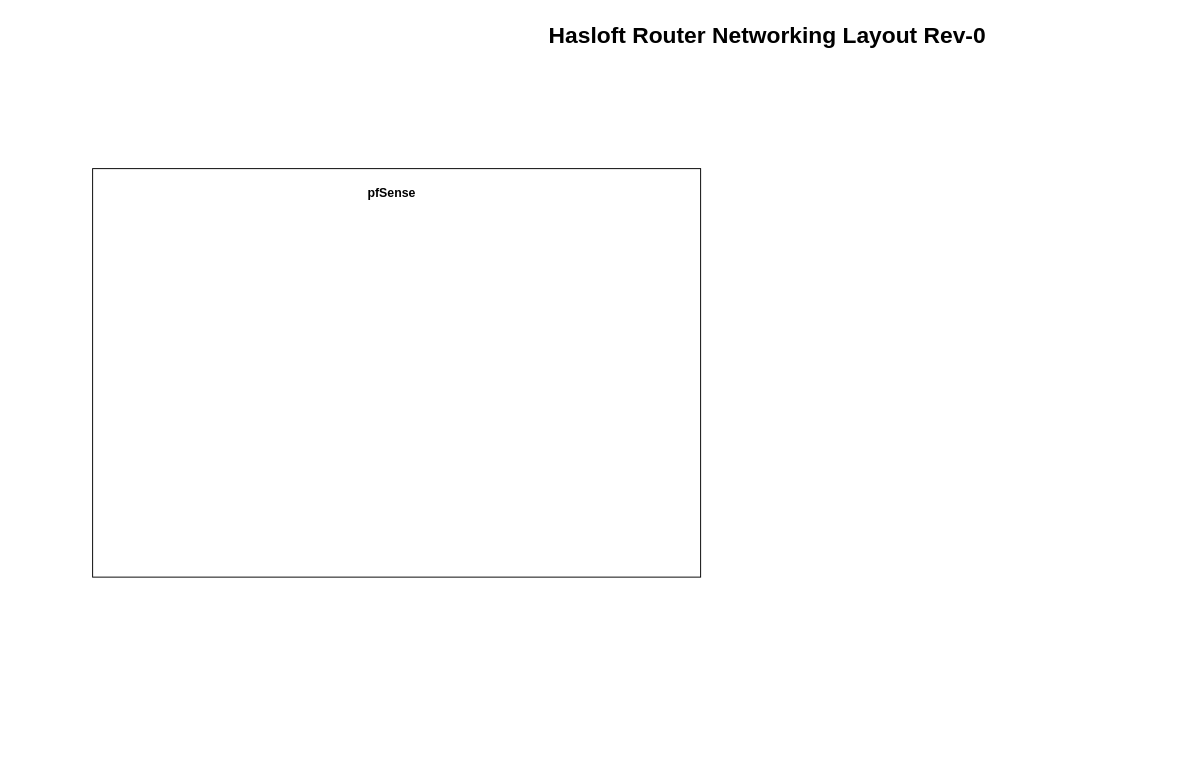
Above: Networking_Layout_Draft-1.drawio in TheKrynski/Hasloft (draw.io), before the change. Source tidied: cells renumbered, new cells numbered last; positions are measured from the earlier drawing's top-left corner, leaving out a move shared by most shapes. Both pictures are drawn from the tidied source at 95%, with x=0, y=0 at pixel (92, 16).
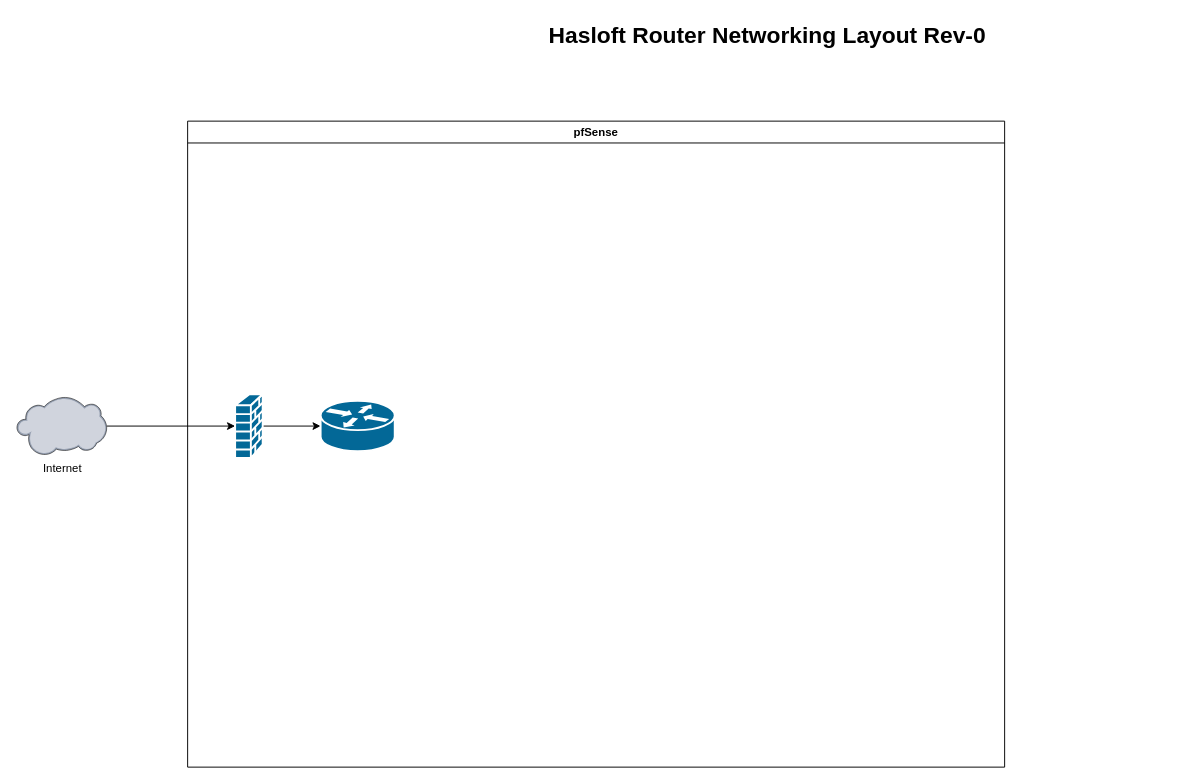
After the change.

What changed in the source:
```diff
@@
 <mxGraphModel>
   <root>
     <mxCell id="0" />
     <mxCell id="1" parent="0" />
     <mxCell id="2" value="Hasloft Router Networking Layout Rev-0" style="text;strokeColor=none;fillColor=none;html=1;fontSize=24;fontStyle=1;verticalAlign=middle;align=center;" parent="1" vertex="1">
       <mxGeometry x="279" width="861" height="40" as="geometry" />
     </mxCell>
-    <mxCell id="3" style="group;" parent="1" vertex="1">
-      <mxGeometry y="160" width="640" height="430" as="geometry" />
-    </mxCell>
-    <mxCell id="4" style="rounded=0;whiteSpace=wrap;html=1;" parent="3" vertex="1">
-      <mxGeometry width="640" height="430" as="geometry" />
-    </mxCell>
+    <mxCell id="6" style="edgeStyle=orthogonalEdgeStyle;rounded=0;jettySize=auto;html=1;" parent="1" edge="1" source="7" target="9">
+      <mxGeometry relative="1" as="geometry" />
+    </mxCell>
+    <mxCell id="7" value="Internet" style="verticalLabelPosition=bottom;sketch=0;html=1;verticalAlign=top;strokeColor=none;align=center;outlineConnect=0;shape=mxgraph.citrix.cloud;" parent="1" vertex="1">
+      <mxGeometry x="-80" y="400" width="95" height="62" as="geometry" />
+    </mxCell>
-    <mxCell id="5" value="pfSense" style="text;html=1;strokeColor=none;fillColor=none;align=center;verticalAlign=middle;whiteSpace=wrap;rounded=0;fontStyle=1;fontSize=13;" parent="3" vertex="1">
-      <mxGeometry x="290" y="10" width="50" height="30" as="geometry" />
+    <mxCell id="5" value="pfSense" style="swimlane;whiteSpace=wrap;html=1;startSize=23;" parent="1" vertex="1">
+      <mxGeometry x="100" y="110" width="860" height="680" as="geometry" />
     </mxCell>
+    <mxCell id="8" style="edgeStyle=orthogonalEdgeStyle;rounded=0;jettySize=auto;html=1;entryX=0;entryY=0.5;entryDx=0;entryDy=0;entryPerimeter=0;" parent="5" edge="1" source="9" target="10">
+      <mxGeometry relative="1" as="geometry" />
+    </mxCell>
+    <mxCell id="9" style="shape=mxgraph.cisco.security.firewall;sketch=0;html=1;dashed=0;fillColor=#036897;strokeColor=#ffffff;strokeWidth=2;verticalLabelPosition=bottom;verticalAlign=top;align=center;outlineConnect=0;" parent="5" vertex="1">
+      <mxGeometry x="50" y="287.5" width="29" height="67" as="geometry" />
+    </mxCell>
+    <mxCell id="10" style="shape=mxgraph.cisco.routers.router;sketch=0;html=1;dashed=0;fillColor=#036897;strokeColor=#ffffff;strokeWidth=2;verticalLabelPosition=bottom;verticalAlign=top;align=center;outlineConnect=0;" parent="5" vertex="1">
+      <mxGeometry x="140" y="294.5" width="78" height="53" as="geometry" />
+    </mxCell>
   </root>
 </mxGraphModel>
```
